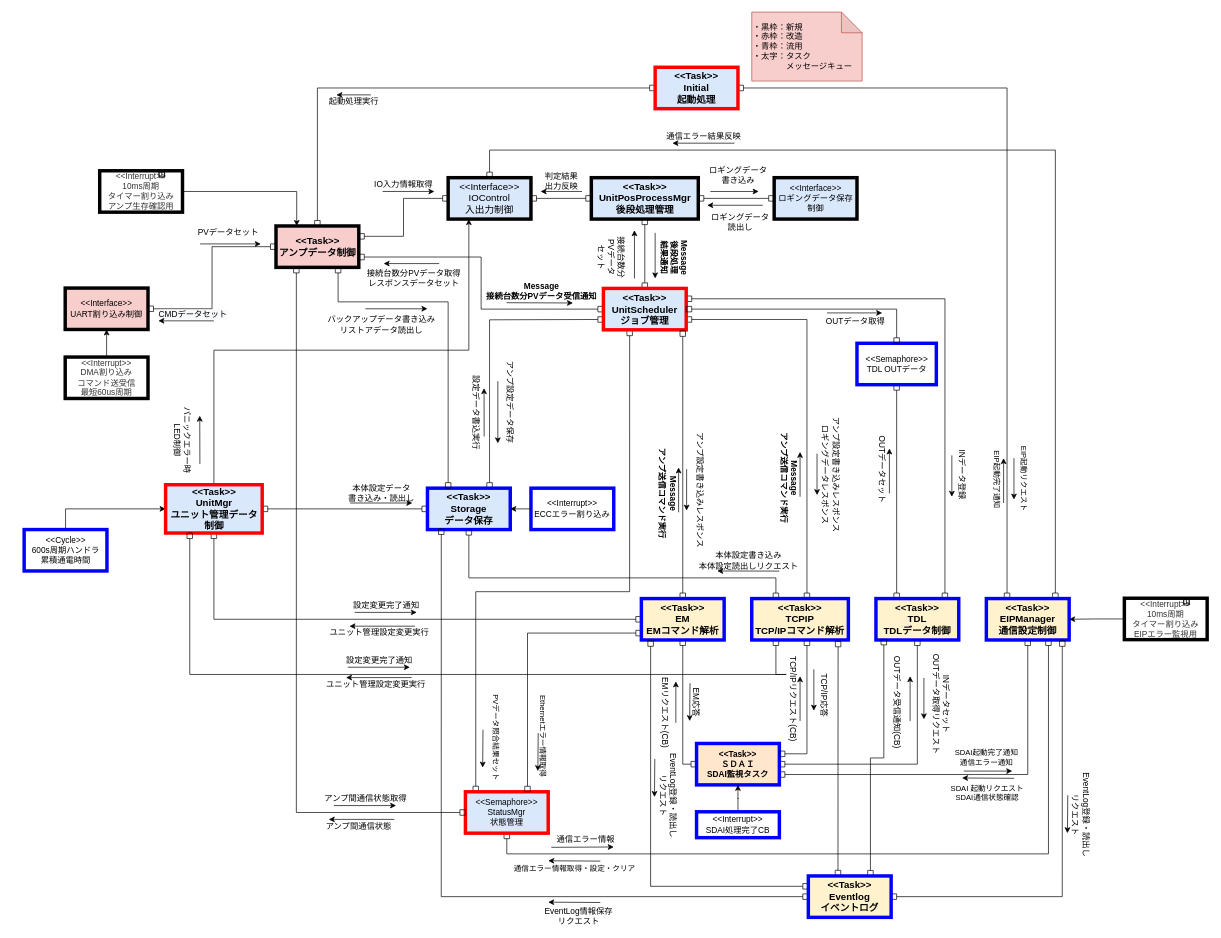
Earlier version of the draw.io diagram page "RevC_動的構造" (4 of 4) of NWユニット_アーキテクチャ図.drawio (YutaSuzukiGARI/nwunit). Source tidied: cells renumbered, new cells numbered last; positions are measured from the earlier drawing's top-left corner, leaving out a move shared by most shapes. Both pictures are drawn from the tidied source at 69%, with x=0, y=0 at pixel (24, 12).
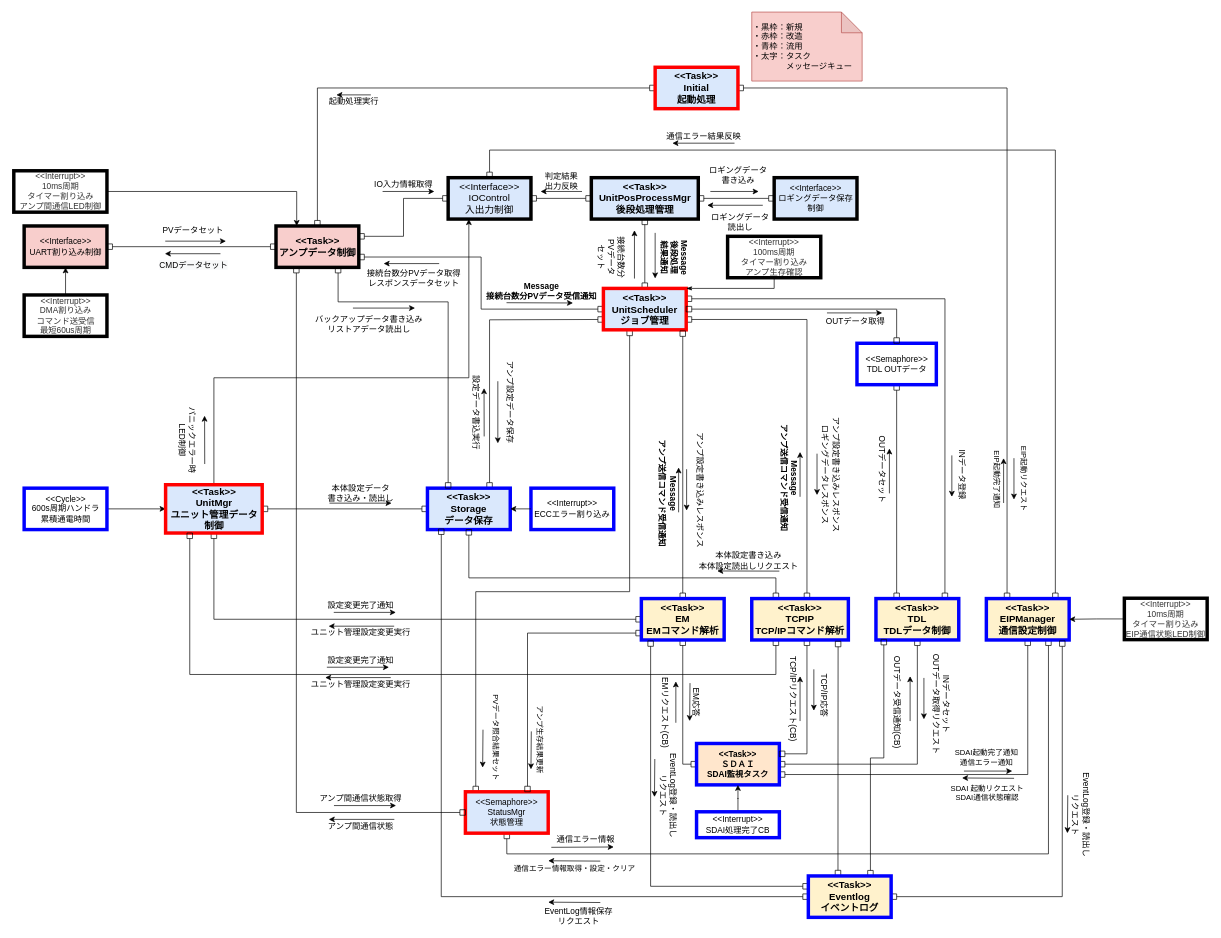
After the change.

Commit message:
Update NWユニット_アーキテクチャ図.drawio

Unchanged cells that the change refers to:
```xml
<mxCell id="2" style="edgeStyle=orthogonalEdgeStyle;rounded=0;jettySize=auto;html=1;entryX=1;entryY=0.5;entryDx=0;entryDy=0;startArrow=box;startFill=0;endArrow=box;endFill=0;exitX=0;exitY=0.5;exitDx=0;exitDy=0;" parent="1" edge="1" source="100" target="41">
  <mxGeometry relative="1" as="geometry" />
</mxCell>
<mxCell id="32" value="&amp;lt;&amp;lt;Task&amp;gt;&amp;gt;&lt;br style=&quot;font-size: 14px&quot;&gt;UnitMgr&lt;br&gt;ユニット管理データ制御" style="rounded=0;whiteSpace=wrap;html=1;fillColor=#dae8fc;strokeColor=#FF0000;strokeWidth=5;fontStyle=1;fontSize=14;" parent="1" vertex="1">
  <mxGeometry x="204.5" y="685" width="140" height="70" as="geometry" />
</mxCell>
<mxCell id="60" value="&amp;lt;&amp;lt;Task&amp;gt;&amp;gt;&lt;br&gt;TCPIP&lt;br style=&quot;font-size: 14px&quot;&gt;TCP/IPコマンド解析" style="rounded=0;whiteSpace=wrap;html=1;fillColor=#fff2cc;strokeColor=#0000FF;strokeWidth=5;fontStyle=1;fontSize=14;" parent="1" vertex="1">
  <mxGeometry x="1054" y="850" width="140" height="60" as="geometry" />
</mxCell>
<mxCell id="73" value="&lt;span style=&quot;font-size: 14px ; font-weight: 700&quot;&gt;&amp;lt;&amp;lt;Task&amp;gt;&amp;gt;&lt;/span&gt;&lt;br style=&quot;font-size: 14px ; font-weight: 700&quot;&gt;&lt;span style=&quot;font-size: 14px ; font-weight: 700&quot;&gt;UnitScheduler&lt;/span&gt;&lt;br style=&quot;font-size: 14px ; font-weight: 700&quot;&gt;&lt;span style=&quot;font-size: 14px ; font-weight: 700&quot;&gt;ジョブ管理&lt;/span&gt;" style="rounded=0;whiteSpace=wrap;html=1;fillColor=#dae8fc;strokeColor=#FF0000;strokeWidth=5;" parent="1" vertex="1">
  <mxGeometry x="839" y="400.5" width="120" height="60" as="geometry" />
</mxCell>
<mxCell id="142" value="&lt;span style=&quot;font-weight: normal&quot;&gt;&amp;lt;&amp;lt;Interface&amp;gt;&amp;gt;&lt;br style=&quot;font-size: 14px&quot;&gt;IOControl&lt;br&gt;入出力制御&lt;/span&gt;" style="rounded=0;whiteSpace=wrap;html=1;fillColor=#dae8fc;strokeColor=#000000;strokeWidth=5;fontStyle=1;fontSize=14;" parent="1" vertex="1">
  <mxGeometry x="614" y="240" width="120" height="60" as="geometry" />
</mxCell>
```

Diff of the diagram source:
```diff
@@
     <mxCell id="3" value="&lt;span style=&quot;font-size: 12px ; background-color: rgb(248 , 249 , 250)&quot;&gt;CMDデータセット&lt;/span&gt;&lt;span style=&quot;font-size: 12px ; background-color: rgb(248 , 249 , 250)&quot;&gt;&lt;br&gt;&lt;/span&gt;" style="edgeLabel;html=1;align=center;verticalAlign=middle;" parent="2" vertex="1">
       <mxGeometry x="-0.05" y="-1" relative="1" as="geometry">
-        <mxPoint x="-27" y="60" as="offset" />
+        <mxPoint x="-4" y="27" as="offset" />
       </mxGeometry>
     </mxCell>
@@
     <mxCell id="25" value="本体設定データ&lt;br&gt;書き込み・読出し" style="text;html=1;align=center;verticalAlign=middle;" parent="1" vertex="1">
-      <mxGeometry x="462" y="681.5" width="110" height="30" as="geometry" />
+      <mxGeometry x="432" y="681.7" width="110" height="30" as="geometry" />
     </mxCell>
@@
-    <mxCell id="30" style="edgeStyle=orthogonalEdgeStyle;rounded=0;jettySize=auto;html=1;startArrow=none;startFill=0;endArrow=classic;endFill=1;exitX=0.5;exitY=0;exitDx=0;exitDy=0;entryX=0;entryY=0.5;entryDx=0;entryDy=0;" parent="1" edge="1" source="33" target="32">
+    <mxCell id="30" style="edgeStyle=orthogonalEdgeStyle;rounded=0;jettySize=auto;html=1;startArrow=none;startFill=0;endArrow=classic;endFill=1;exitX=1;exitY=0.5;exitDx=0;exitDy=0;entryX=0;entryY=0.5;entryDx=0;entryDy=0;" parent="1" edge="1" source="33" target="32">
       <mxGeometry relative="1" as="geometry" />
     </mxCell>
     <mxCell id="31" style="edgeStyle=orthogonalEdgeStyle;rounded=0;jettySize=auto;html=1;entryX=0.25;entryY=1;entryDx=0;entryDy=0;startArrow=none;startFill=0;endArrow=classic;endFill=1;exitX=0.5;exitY=0;exitDx=0;exitDy=0;" parent="1" edge="1" source="32" target="142">
       <mxGeometry relative="1" as="geometry">
         <Array as="points">
-          <mxPoint x="275" y="490" />
-          <mxPoint x="644" y="490" />
+          <mxPoint x="275" y="530" />
+          <mxPoint x="644" y="530" />
         </Array>
       </mxGeometry>
     </mxCell>
@@
     <mxCell id="33" value="&amp;lt;&amp;lt;Cycle&amp;gt;&amp;gt;&lt;br&gt;600s周期ハンドラ&lt;br&gt;累積通電時間" style="rounded=0;whiteSpace=wrap;html=1;strokeColor=#0000FF;strokeWidth=5;" parent="1" vertex="1">
-      <mxGeometry x="-0.5" y="750" width="120" height="60" as="geometry" />
+      <mxGeometry x="-0.5" y="690" width="120" height="60" as="geometry" />
     </mxCell>
@@
     <mxCell id="40" value="&amp;lt;&amp;lt;Interrupt&amp;gt;&amp;gt;&lt;br&gt;DMA割り込み&lt;br&gt;コマンド送受信&lt;br&gt;最短60us周期" style="rounded=0;whiteSpace=wrap;html=1;fillColor=#FFFFFF;strokeColor=#000000;strokeWidth=5;fontColor=#333333;" parent="1" vertex="1">
-      <mxGeometry x="59" y="500" width="120" height="60" as="geometry" />
+      <mxGeometry x="-0.5" y="410" width="120" height="60" as="geometry" />
     </mxCell>
     <mxCell id="41" value="&amp;lt;&amp;lt;Interface&amp;gt;&amp;gt;&lt;br&gt;UART割り込み制御" style="rounded=0;whiteSpace=wrap;html=1;fillColor=#f8cecc;strokeColor=#000000;strokeWidth=5;" parent="1" vertex="1">
-      <mxGeometry x="59" y="400" width="120" height="60" as="geometry" />
+      <mxGeometry x="-0.5" y="310" width="120" height="60" as="geometry" />
     </mxCell>
@@
-    <mxCell id="48" value="Message&lt;br&gt;アンプ送信コマンド実行" style="text;html=1;align=center;verticalAlign=middle;fontColor=#000000;rotation=90;fontStyle=1;" parent="1" vertex="1">
-      <mxGeometry x="858" y="682.5" width="150" height="30" as="geometry" />
+    <mxCell id="48" value="Message&lt;br&gt;アンプ送信コマンド受信通知" style="text;html=1;align=center;verticalAlign=middle;fontColor=#000000;rotation=90;fontStyle=1;" parent="1" vertex="1">
+      <mxGeometry x="848" y="682.5" width="170" height="30" as="geometry" />
     </mxCell>
@@
     <mxCell id="58" style="edgeStyle=orthogonalEdgeStyle;rounded=0;jettySize=auto;html=1;startArrow=box;startFill=0;endArrow=box;endFill=0;exitX=0.25;exitY=1;exitDx=0;exitDy=0;entryX=0.25;entryY=1;entryDx=0;entryDy=0;" parent="1" edge="1" source="60" target="32">
       <mxGeometry relative="1" as="geometry">
         <Array as="points">
-          <mxPoint x="1104" y="960" />
-          <mxPoint x="314" y="960" />
+          <mxPoint x="1089" y="960" />
+          <mxPoint x="240" y="960" />
         </Array>
       </mxGeometry>
     </mxCell>
@@
     <mxCell id="62" value="ユニット管理設定変更実行" style="text;html=1;align=center;verticalAlign=middle;" parent="1" vertex="1">
-      <mxGeometry x="434" y="890" width="160" height="20" as="geometry" />
+      <mxGeometry x="407" y="890" width="160" height="20" as="geometry" />
     </mxCell>
     <mxCell id="63" value="設定変更完了通知" style="text;html=1;align=center;verticalAlign=middle;" parent="1" vertex="1">
-      <mxGeometry x="468.5" y="850" width="110" height="20" as="geometry" />
+      <mxGeometry x="432" y="850" width="110" height="20" as="geometry" />
     </mxCell>
-    <mxCell id="64" value="Message&lt;br&gt;アンプ送信コマンド実行" style="text;html=1;align=center;verticalAlign=middle;fontColor=#000000;rotation=90;fontStyle=1;" parent="1" vertex="1">
-      <mxGeometry x="1034" y="660" width="150" height="30" as="geometry" />
+    <mxCell id="64" value="Message&lt;br&gt;アンプ送信コマンド受信通知" style="text;html=1;align=center;verticalAlign=middle;fontColor=#000000;rotation=90;fontStyle=1;" parent="1" vertex="1">
+      <mxGeometry x="1024" y="660" width="170" height="30" as="geometry" />
     </mxCell>
@@
     <mxCell id="69" value="PVデータセット" style="text;html=1;align=center;verticalAlign=middle;" parent="1" vertex="1">
-      <mxGeometry x="244.5" y="310" width="100" height="20" as="geometry" />
+      <mxGeometry x="194" y="306" width="100" height="20" as="geometry" />
     </mxCell>
     <mxCell id="70" style="endArrow=classic;html=1;fontColor=#FF3333;" parent="1" edge="1">
       <mxGeometry relative="1" as="geometry">
-        <mxPoint x="254.5" y="336" as="sourcePoint" />
-        <mxPoint x="342.5" y="336" as="targetPoint" />
+        <mxPoint x="204" y="332" as="sourcePoint" />
+        <mxPoint x="292" y="332" as="targetPoint" />
       </mxGeometry>
     </mxCell>
     <mxCell id="71" style="endArrow=classic;html=1;fontColor=#FF3333;" parent="1" edge="1">
       <mxGeometry relative="1" as="geometry">
-        <mxPoint x="274.5" y="447.5" as="sourcePoint" />
-        <mxPoint x="194" y="447.5" as="targetPoint" />
+        <mxPoint x="284" y="350.2" as="sourcePoint" />
+        <mxPoint x="203.5" y="350.2" as="targetPoint" />
       </mxGeometry>
     </mxCell>
@@
     <mxCell id="76" style="endArrow=classic;html=1;fontColor=#FF3333;" parent="1" edge="1">
       <mxGeometry relative="1" as="geometry">
-        <mxPoint x="472" y="711.5" as="sourcePoint" />
-        <mxPoint x="562" y="711.5" as="targetPoint" />
+        <mxPoint x="442" y="711.7" as="sourcePoint" />
+        <mxPoint x="532" y="711.7" as="targetPoint" />
       </mxGeometry>
     </mxCell>
     <mxCell id="77" style="endArrow=classic;html=1;fontColor=#FF3333;" parent="1" edge="1">
       <mxGeometry relative="1" as="geometry">
-        <mxPoint x="478.5" y="870" as="sourcePoint" />
-        <mxPoint x="568.5" y="870" as="targetPoint" />
+        <mxPoint x="448.2" y="870" as="sourcePoint" />
+        <mxPoint x="538.2" y="870" as="targetPoint" />
       </mxGeometry>
     </mxCell>
     <mxCell id="78" style="endArrow=classic;html=1;fontColor=#FF3333;" parent="1" edge="1">
       <mxGeometry relative="1" as="geometry">
-        <mxPoint x="566" y="890" as="sourcePoint" />
-        <mxPoint x="471" y="890" as="targetPoint" />
+        <mxPoint x="535.8" y="890" as="sourcePoint" />
+        <mxPoint x="440.8" y="890" as="targetPoint" />
       </mxGeometry>
     </mxCell>
     <mxCell id="79" value="ユニット管理設定変更実行" style="text;html=1;align=center;verticalAlign=middle;" parent="1" vertex="1">
-      <mxGeometry x="428.5" y="965" width="160" height="20" as="geometry" />
+      <mxGeometry x="407" y="965" width="160" height="20" as="geometry" />
     </mxCell>
     <mxCell id="80" value="設定変更完了通知" style="text;html=1;align=center;verticalAlign=middle;" parent="1" vertex="1">
-      <mxGeometry x="458.5" y="929.5" width="110" height="20" as="geometry" />
+      <mxGeometry x="432" y="929.5" width="110" height="20" as="geometry" />
     </mxCell>
     <mxCell id="81" style="endArrow=classic;html=1;fontColor=#FF3333;" parent="1" edge="1">
       <mxGeometry relative="1" as="geometry">
-        <mxPoint x="468.5" y="949.5" as="sourcePoint" />
-        <mxPoint x="558.5" y="949.5" as="targetPoint" />
+        <mxPoint x="438.2" y="949.5" as="sourcePoint" />
+        <mxPoint x="528.2" y="949.5" as="targetPoint" />
       </mxGeometry>
     </mxCell>
     <mxCell id="82" style="endArrow=classic;html=1;fontColor=#FF3333;" parent="1" edge="1">
       <mxGeometry relative="1" as="geometry">
-        <mxPoint x="561" y="964.5" as="sourcePoint" />
-        <mxPoint x="466" y="964.5" as="targetPoint" />
+        <mxPoint x="530.8" y="964.5" as="sourcePoint" />
+        <mxPoint x="435.8" y="964.5" as="targetPoint" />
       </mxGeometry>
     </mxCell>
@@
-    <mxCell id="110" value="Ethernetエラー情報取得" style="edgeLabel;html=1;align=center;verticalAlign=middle;rotation=90;" parent="1" vertex="1">
-      <mxGeometry x="754" y="1065" as="geometry">
+    <mxCell id="110" value="アンプ生存結果更新" style="edgeLabel;html=1;align=center;verticalAlign=middle;rotation=90;" parent="1" vertex="1">
+      <mxGeometry x="749" y="1070" as="geometry">
         <mxPoint x="-17" y="1" as="offset" />
       </mxGeometry>
     </mxCell>
     <mxCell id="111" style="endArrow=classic;html=1;fontColor=#FF3333;" parent="1" edge="1">
       <mxGeometry relative="1" as="geometry">
-        <mxPoint x="744.5" y="1045" as="sourcePoint" />
-        <mxPoint x="744" y="1100" as="targetPoint" />
+        <mxPoint x="734.5" y="1042.5" as="sourcePoint" />
+        <mxPoint x="734" y="1097.5" as="targetPoint" />
       </mxGeometry>
     </mxCell>
     <mxCell id="112" value="パニックエラー時&lt;br&gt;LED制御" style="text;html=1;align=center;verticalAlign=middle;fontColor=#000000;rotation=90;" parent="1" vertex="1">
-      <mxGeometry x="174" y="605" width="110" height="30" as="geometry" />
+      <mxGeometry x="181" y="605" width="110" height="30" as="geometry" />
     </mxCell>
@@
     <mxCell id="118" style="endArrow=classic;html=1;fontColor=#FF3333;" parent="1" edge="1">
       <mxGeometry relative="1" as="geometry">
-        <mxPoint x="494" y="430" as="sourcePoint" />
-        <mxPoint x="584" y="430" as="targetPoint" />
+        <mxPoint x="476" y="429" as="sourcePoint" />
+        <mxPoint x="566" y="429" as="targetPoint" />
       </mxGeometry>
     </mxCell>
@@
-    <mxCell id="152" value="&amp;lt;&amp;lt;Interrupt&amp;gt;&amp;gt;&lt;br&gt;10ms周期&lt;br&gt;タイマー割り込み&lt;br&gt;アンプ生存確認用" style="rounded=0;whiteSpace=wrap;html=1;fillColor=#FFFFFF;strokeColor=#000000;strokeWidth=5;fontColor=#333333;" parent="1" vertex="1">
-      <mxGeometry x="109" y="230" width="120" height="60" as="geometry" />
+    <mxCell id="152" value="&amp;lt;&amp;lt;Interrupt&amp;gt;&amp;gt;&lt;br&gt;10ms周期&lt;br&gt;タイマー割り込み&lt;br&gt;アンプ間通信LED制御" style="rounded=0;whiteSpace=wrap;html=1;fillColor=#FFFFFF;strokeColor=#000000;strokeWidth=5;fontColor=#333333;" parent="1" vertex="1">
+      <mxGeometry x="-15.5" y="230" width="135" height="60" as="geometry" />
     </mxCell>
     <mxCell id="153" style="endArrow=classic;html=1;fontColor=#FF3333;" parent="1" edge="1">
       <mxGeometry relative="1" as="geometry">
-        <mxPoint x="254.2" y="655" as="sourcePoint" />
-        <mxPoint x="254" y="585" as="targetPoint" />
+        <mxPoint x="261.2" y="655" as="sourcePoint" />
+        <mxPoint x="261" y="585" as="targetPoint" />
       </mxGeometry>
     </mxCell>
     <mxCell id="154" value="バックアップデータ書き込み&lt;br&gt;リストアデータ読出し" style="text;html=1;align=center;verticalAlign=middle;" parent="1" vertex="1">
-      <mxGeometry x="432" y="438" width="170" height="30" as="geometry" />
+      <mxGeometry x="414" y="437" width="170" height="30" as="geometry" />
     </mxCell>
     <mxCell id="155" value="アンプ間通信状態" style="text;html=1;align=center;verticalAlign=middle;" parent="1" vertex="1">
-      <mxGeometry x="429" y="1170" width="110" height="20" as="geometry" />
+      <mxGeometry x="432" y="1170" width="110" height="20" as="geometry" />
     </mxCell>
     <mxCell id="156" value="アンプ間通信状態取得" style="text;html=1;align=center;verticalAlign=middle;" parent="1" vertex="1">
-      <mxGeometry x="423.5" y="1130" width="140" height="20" as="geometry" />
+      <mxGeometry x="417" y="1130" width="140" height="20" as="geometry" />
     </mxCell>
@@
-    <mxCell id="161" style="edgeStyle=orthogonalEdgeStyle;rounded=0;orthogonalLoop=1;jettySize=auto;html=1;exitX=0.75;exitY=0;exitDx=0;exitDy=0;entryX=0.75;entryY=0.167;entryDx=0;entryDy=0;entryPerimeter=0;fontSize=20;startArrow=box;startFill=0;endArrow=box;endFill=0;" parent="1" edge="1" source="152" target="152">
-      <mxGeometry relative="1" as="geometry" />
-    </mxCell>
@@
-    <mxCell id="163" value="&amp;lt;&amp;lt;Interrupt&amp;gt;&amp;gt;&lt;br&gt;10ms周期&lt;br&gt;タイマー割り込み&lt;br&gt;EIPエラー監視用" style="rounded=0;whiteSpace=wrap;html=1;fillColor=#FFFFFF;strokeColor=#000000;strokeWidth=5;fontColor=#333333;" parent="1" vertex="1">
+    <mxCell id="163" value="&amp;lt;&amp;lt;Interrupt&amp;gt;&amp;gt;&lt;br&gt;10ms周期&lt;br&gt;タイマー割り込み&lt;br&gt;EIP通信状態LED制御" style="rounded=0;whiteSpace=wrap;html=1;fillColor=#FFFFFF;strokeColor=#000000;strokeWidth=5;fontColor=#333333;" parent="1" vertex="1">
       <mxGeometry x="1594" y="849.5" width="120" height="60" as="geometry" />
     </mxCell>
-    <mxCell id="164" style="edgeStyle=orthogonalEdgeStyle;rounded=0;orthogonalLoop=1;jettySize=auto;html=1;exitX=0.75;exitY=0;exitDx=0;exitDy=0;entryX=0.75;entryY=0.167;entryDx=0;entryDy=0;entryPerimeter=0;fontSize=20;startArrow=box;startFill=0;endArrow=box;endFill=0;" parent="1" edge="1" source="163" target="163">
-      <mxGeometry relative="1" as="geometry" />
-    </mxCell>
@@
+    <mxCell id="167" style="edgeStyle=orthogonalEdgeStyle;rounded=0;jettySize=auto;html=1;entryX=1;entryY=0;entryDx=0;entryDy=0;fontSize=20;startArrow=none;startFill=0;endArrow=classicThin;endFill=1;exitX=0.5;exitY=1;exitDx=0;exitDy=0;" parent="1" edge="1" source="168" target="73">
+      <mxGeometry relative="1" as="geometry">
+        <Array as="points">
+          <mxPoint x="1087" y="401" />
+        </Array>
+      </mxGeometry>
+    </mxCell>
+    <mxCell id="168" value="&amp;lt;&amp;lt;Interrupt&amp;gt;&amp;gt;&lt;br&gt;100ms周期&lt;br&gt;タイマー割り込み&lt;br&gt;アンプ生存確認" style="rounded=0;whiteSpace=wrap;html=1;fillColor=#FFFFFF;strokeColor=#000000;strokeWidth=5;fontColor=#333333;" parent="1" vertex="1">
+      <mxGeometry x="1019" y="325" width="135" height="60" as="geometry" />
+    </mxCell>
```
